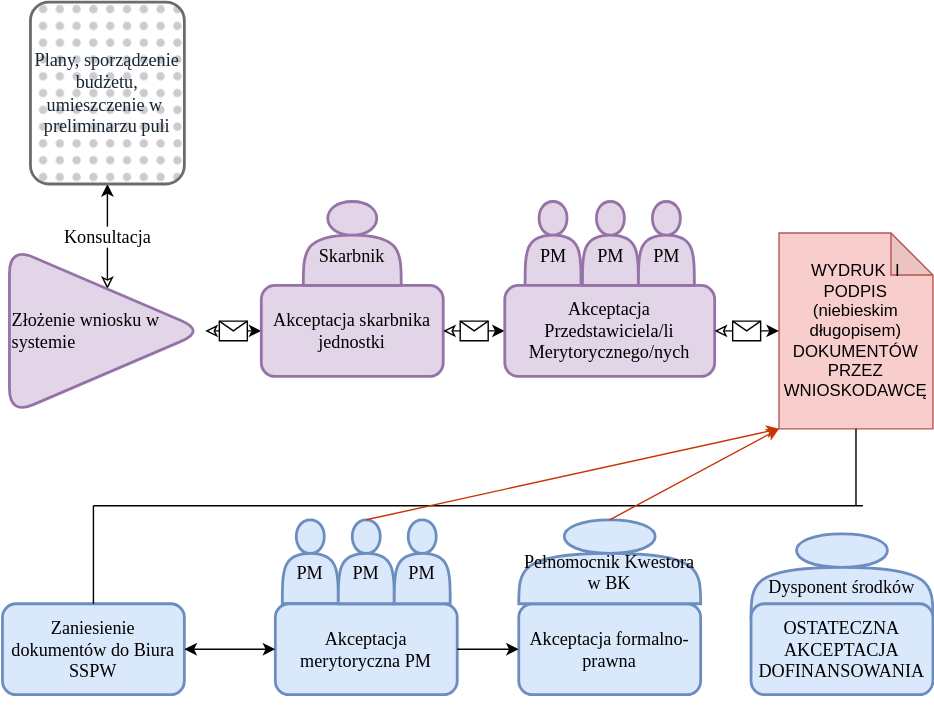
Earlier version of the draw.io export Kopia Rysunek wniosek.svg (WelfareUnit/rysunki). Source tidied: cells renumbered, new cells last; positions are measured from the earlier drawing's top-left corner, leaving out a move shared by most shapes.
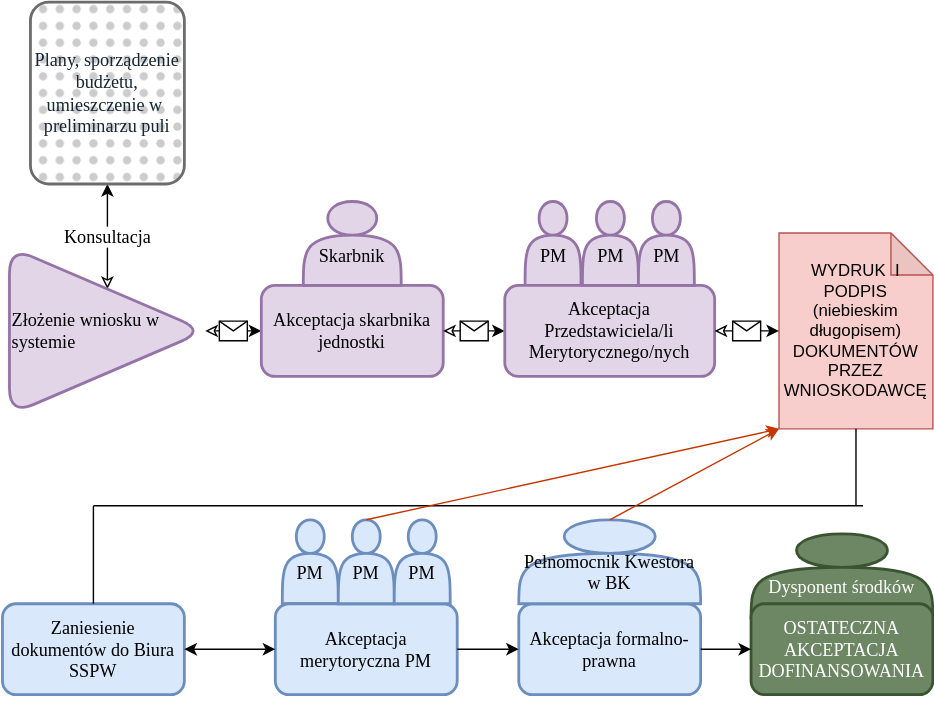
The same diagram one commit later.

What changed in the source:
```diff
@@ -117,11 +117,14 @@
     <mxCell id="35" style="group;" parent="1" vertex="1">
       <mxGeometry x="535" y="380" width="130" height="125" as="geometry" />
     </mxCell>
-    <mxCell id="36" value="&lt;div&gt;&lt;br&gt;&lt;/div&gt;&lt;div&gt;Dysponent środków&lt;br&gt;&lt;/div&gt;" style="shape=actor;whiteSpace=wrap;html=1;rounded=1;fontFamily=Source Sans 3;fontSize=13;strokeColor=#6c8ebf;strokeWidth=2;fillColor=#dae8fc;align=center;fontSource=https%3A%2F%2Ffonts.googleapis.com%2Fcss%3Ffamily%3DSource%2BSans%2B3;" parent="35" vertex="1">
+    <mxCell id="36" value="&lt;div&gt;&lt;br&gt;&lt;/div&gt;&lt;div&gt;Dysponent środków&lt;br&gt;&lt;/div&gt;" style="shape=actor;whiteSpace=wrap;html=1;rounded=1;fontFamily=Source Sans 3;fontSize=13;strokeColor=#3A5431;strokeWidth=2;fillColor=#6d8764;align=center;fontSource=https%3A%2F%2Ffonts.googleapis.com%2Fcss%3Ffamily%3DSource%2BSans%2B3;fontColor=#ffffff;" parent="35" vertex="1">
       <mxGeometry width="130" height="60" as="geometry" />
     </mxCell>
-    <mxCell id="37" value="OSTATECZNA AKCEPTACJA DOFINANSOWANIA" style="rounded=1;whiteSpace=wrap;html=1;fontFamily=Source Sans 3;fontSize=13;strokeWidth=2;fillColor=#dae8fc;align=center;strokeColor=#6c8ebf;labelPosition=center;verticalLabelPosition=middle;verticalAlign=middle;fontSource=https%3A%2F%2Ffonts.googleapis.com%2Fcss%3Ffamily%3DSource%2BSans%2B3;" parent="1" vertex="1">
+    <mxCell id="37" value="OSTATECZNA AKCEPTACJA DOFINANSOWANIA" style="rounded=1;whiteSpace=wrap;html=1;fontFamily=Source Sans 3;fontSize=13;strokeWidth=2;fillColor=#6d8764;align=center;strokeColor=#3A5431;labelPosition=center;verticalLabelPosition=middle;verticalAlign=middle;fontSource=https%3A%2F%2Ffonts.googleapis.com%2Fcss%3Ffamily%3DSource%2BSans%2B3;fontColor=#ffffff;" parent="1" vertex="1">
       <mxGeometry x="535" y="430" width="130" height="65" as="geometry" />
     </mxCell>
+    <mxCell id="38" style="endArrow=classic;html=1;rounded=0;entryX=0;entryY=0.5;entryDx=0;entryDy=0;exitX=1;exitY=0.5;exitDx=0;exitDy=0;" parent="1" edge="1" source="30" target="37">
+      <mxGeometry relative="1" as="geometry" />
+    </mxCell>
   </root>
 </mxGraphModel>
```
